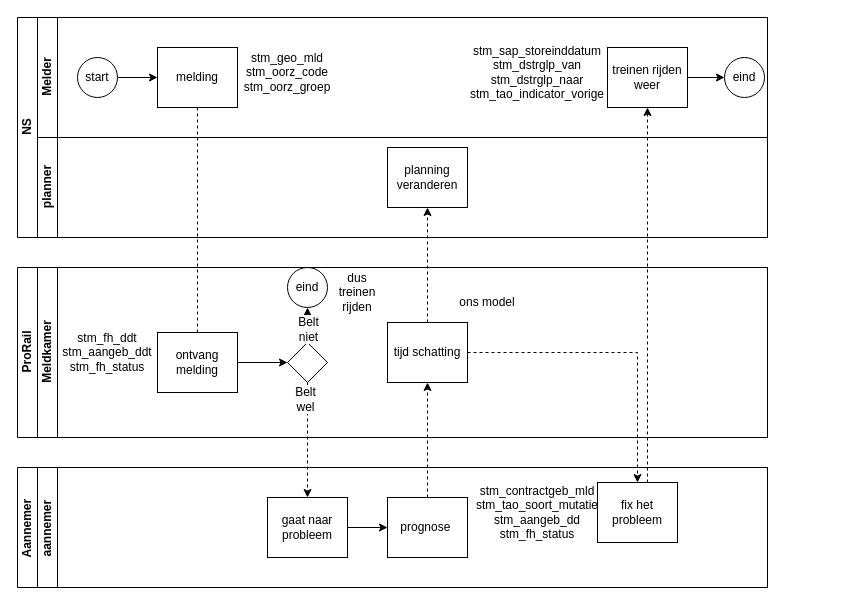
This is BPMN.drawio from MightyPiggie/data-driven-bussines-ai-2024, a draw.io file, before an edit. Source tidied: cells renumbered, new cells numbered last; positions are measured from the earlier drawing's top-left corner, leaving out a move shared by most shapes. Both pictures are drawn from the tidied source at 100%, with x=0, y=0 at pixel (17, 17).
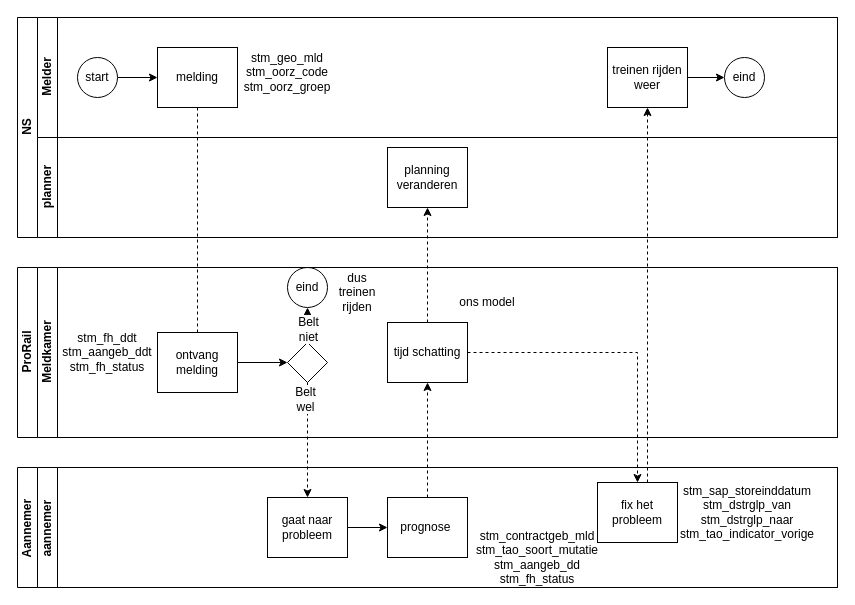
Above is the later version.

Commit message:
BPMN.drawio info wanneer verbeterd

Change to the diagram source:
```diff
@@
     <mxCell id="2" value="NS" style="swimlane;html=1;horizontal=0;startSize=20;" parent="1" vertex="1">
-      <mxGeometry width="750" height="220" as="geometry" />
+      <mxGeometry width="820" height="220" as="geometry" />
     </mxCell>
@@
     <mxCell id="4" value="Melder" style="swimlane;html=1;startSize=20;horizontal=0;" parent="2" vertex="1">
-      <mxGeometry x="20" width="730" height="120" as="geometry" />
+      <mxGeometry x="20" width="800" height="120" as="geometry" />
     </mxCell>
@@
-    <mxCell id="12" value="stm_sap_storeinddatum&lt;div&gt;stm_dstrglp_van&lt;/div&gt;&lt;div&gt;stm_dstrglp_naar&lt;/div&gt;&lt;div&gt;stm_tao_indicator_vorige&lt;/div&gt;" style="text;html=1;align=center;verticalAlign=middle;whiteSpace=wrap;rounded=0;" parent="4" vertex="1">
-      <mxGeometry x="470" y="40" width="60" height="30" as="geometry" />
-    </mxCell>
     <mxCell id="13" value="planner" style="swimlane;html=1;startSize=20;horizontal=0;" parent="2" vertex="1">
-      <mxGeometry x="20" y="120" width="730" height="100" as="geometry" />
+      <mxGeometry x="20" y="120" width="800" height="100" as="geometry" />
     </mxCell>
@@
     <mxCell id="16" value="ProRail" style="swimlane;horizontal=0;startSize=20;html=1;" parent="1" vertex="1">
-      <mxGeometry y="250" width="750" height="170" as="geometry" />
+      <mxGeometry y="250" width="820" height="170" as="geometry" />
     </mxCell>
     <mxCell id="17" value="Meldkamer" style="swimlane;startSize=20;horizontal=0;html=1;" parent="16" vertex="1">
-      <mxGeometry x="20" width="730" height="170" as="geometry" />
+      <mxGeometry x="20" width="800" height="170" as="geometry" />
     </mxCell>
@@
     <mxCell id="25" value="Aannemer&amp;nbsp;" style="swimlane;horizontal=0;startSize=20;html=1;" parent="1" vertex="1">
-      <mxGeometry y="450" width="750" height="120" as="geometry" />
+      <mxGeometry y="450" width="820" height="120" as="geometry" />
     </mxCell>
     <mxCell id="26" value="aannemer&amp;nbsp;" style="swimlane;startSize=20;horizontal=0;html=1;" parent="25" vertex="1">
-      <mxGeometry x="20" width="730" height="120" as="geometry" />
+      <mxGeometry x="20" width="800" height="120" as="geometry" />
     </mxCell>
@@
     <mxCell id="31" value="&lt;div&gt;stm_contractgeb_mld&lt;/div&gt;&lt;div&gt;stm_tao_soort_mutatie&lt;/div&gt;&lt;div&gt;stm_aangeb_dd&lt;/div&gt;&lt;div&gt;stm_fh_status&lt;/div&gt;" style="text;html=1;align=center;verticalAlign=middle;whiteSpace=wrap;rounded=0;" parent="26" vertex="1">
-      <mxGeometry x="470" y="30" width="60" height="30" as="geometry" />
+      <mxGeometry x="470" y="75" width="60" height="30" as="geometry" />
     </mxCell>
+    <mxCell id="12" value="stm_sap_storeinddatum&lt;div&gt;stm_dstrglp_van&lt;/div&gt;&lt;div&gt;stm_dstrglp_naar&lt;/div&gt;&lt;div&gt;stm_tao_indicator_vorige&lt;/div&gt;" style="text;html=1;align=center;verticalAlign=middle;whiteSpace=wrap;rounded=0;" parent="26" vertex="1">
+      <mxGeometry x="680" y="30" width="60" height="30" as="geometry" />
+    </mxCell>
```
